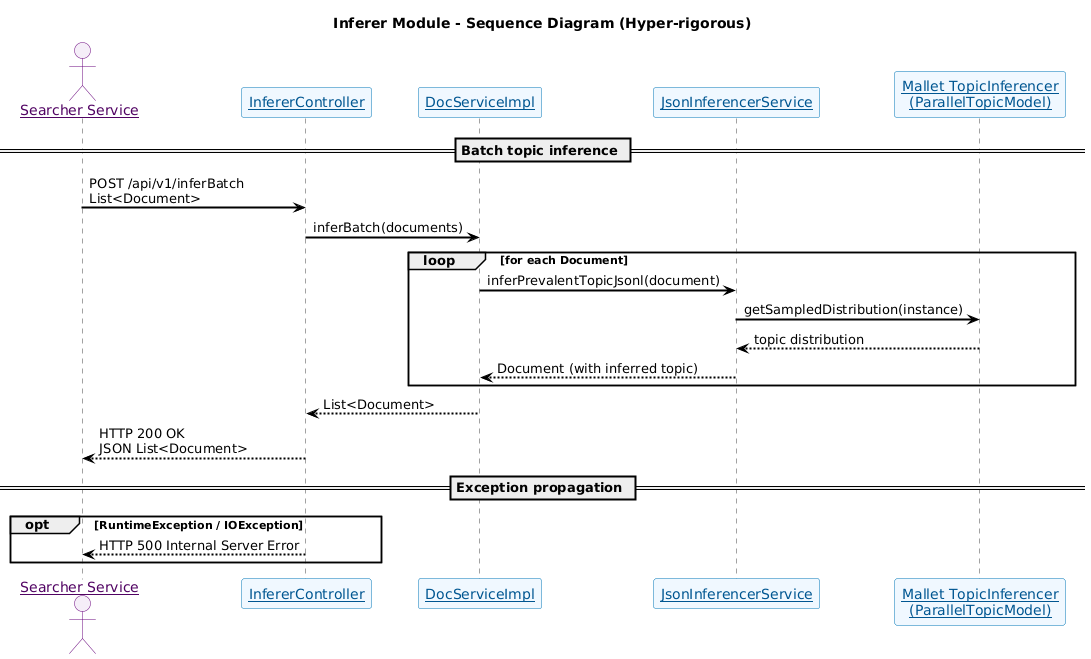
Above: documentation/Immagini presentazione/4+1 view model/Process_behaviour_view/Sequence_diagram/inferer_sequenceDiagram.png in esspadoo/microservices-web-app (PlantUML), before the change.
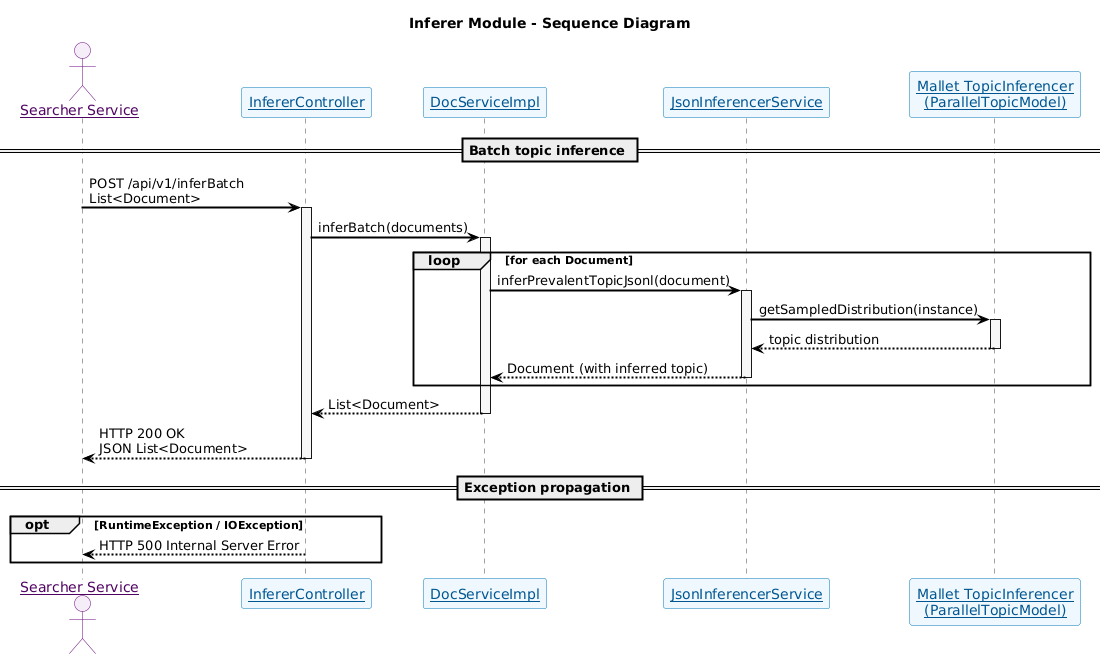
Above is the later version.

Commit message:
Uploaded sequence diagrams

What changed in the source:
```diff
@@ -31,12 +31,7 @@
   }
 }
 
-
-
-
-
-
-title Inferer Module - Sequence Diagram (Hyper-rigorous)
+title Inferer Module - Sequence Diagram
 
 actor "Searcher Service" as SEARCHER
 
@@ -48,19 +43,29 @@
 == Batch topic inference ==
 
 SEARCHER -> IC : POST /api/v1/inferBatch\nList<Document>
+activate IC
 
 IC -> DSI : inferBatch(documents)
+activate DSI
 
 loop for each Document
     DSI -> JIS : inferPrevalentTopicJsonl(document)
+    activate JIS
+
     JIS -> MALLET : getSampledDistribution(instance)
+    activate MALLET
     MALLET --> JIS : topic distribution
+    deactivate MALLET
+
     JIS --> DSI : Document (with inferred topic)
+    deactivate JIS
 end
 
 DSI --> IC : List<Document>
+deactivate DSI
 
 IC --> SEARCHER : HTTP 200 OK\nJSON List<Document>
+deactivate IC
 
 == Exception propagation ==
 
```
